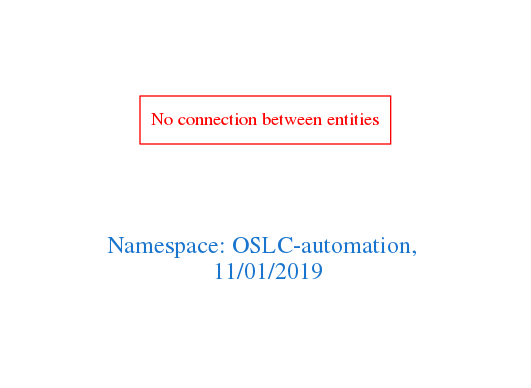
Above: downloads/OSLC-automation.png in arago/OGIT (Graphviz), before the change. Its source is kept beside it as downloads/OSLC-automation.dot.
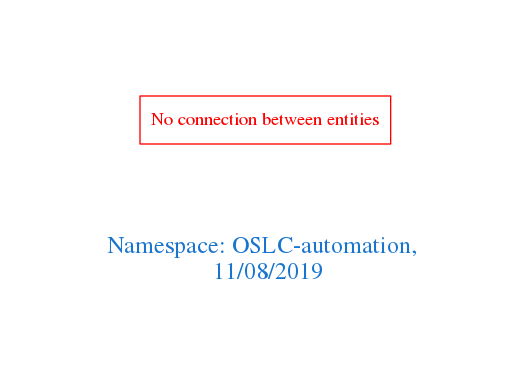
Later version of the same file.

The edit, as a diff of the source:
```diff
@@ -1,7 +1,7 @@
 digraph OGIT_ontology {
  graph [ rankdir= LR,pad=1
 fontsize = 18,
-fontcolor= dodgerblue3,label = "\n\n\nNamespace: OSLC-automation, \n 11/01/2019"];
+fontcolor= dodgerblue3,label = "\n\n\nNamespace: OSLC-automation, \n 11/08/2019"];
 node[shape=polygon];
 edge [  color="gray81"];
 
```
